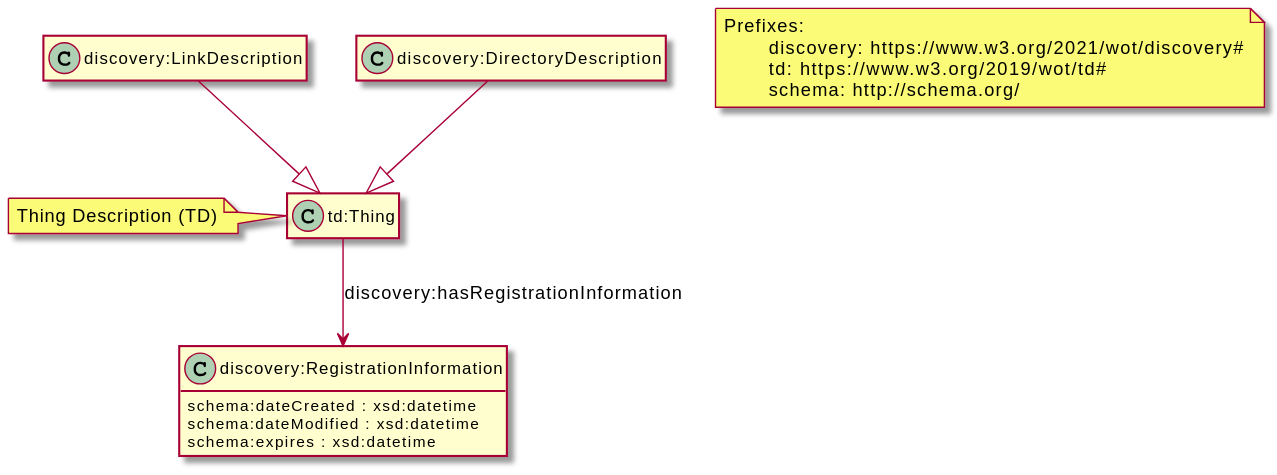
w3c/wot-discovery keeps this PlantUML diagram as images/directory-td-class-diagram.svg. Above is the earlier version.
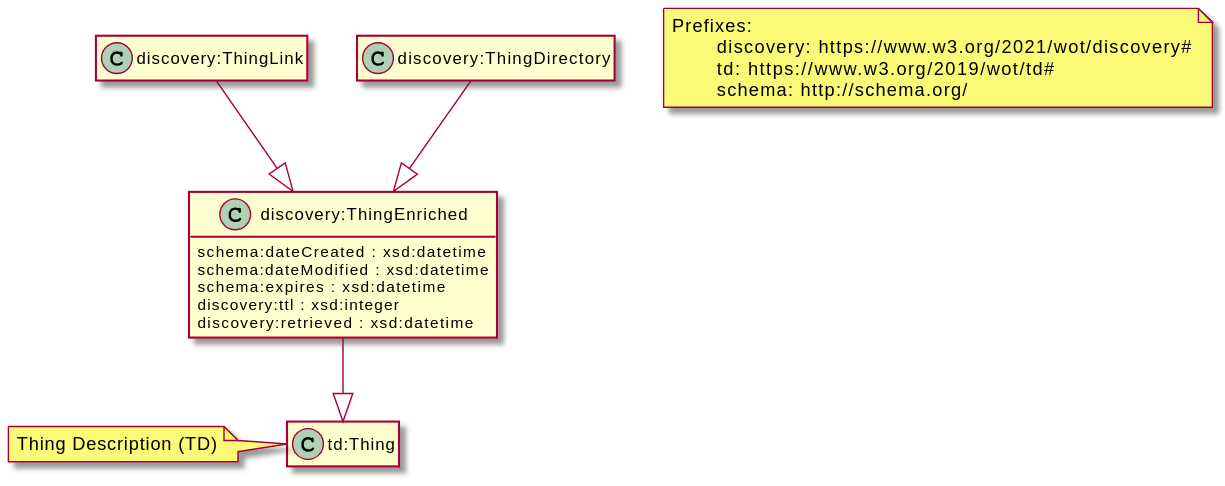
After the change.

Diff of the diagram source:
```diff
@@ -2,10 +2,12 @@
 hide members
 class "td:Thing"
 
-class "discovery:RegistrationInformation" {
+class "discovery:ThingEnriched" {
   schema:dateCreated : xsd:datetime
   schema:dateModified : xsd:datetime
   schema:expires : xsd:datetime
+  discovery:ttl : xsd:integer
+  discovery:retrieved : xsd:datetime
 }
 
 
@@ -14,12 +16,12 @@
 end note
 
 
-"td:Thing" --> "discovery:RegistrationInformation" : "discovery:hasRegistrationInformation"
 
 
-"discovery:LinkDescription" --|> "td:Thing"
-"discovery:DirectoryDescription" --|> "td:Thing"
+"discovery:ThingEnriched" --|> "td:Thing"
+"discovery:ThingLink" --|> "discovery:ThingEnriched"
+"discovery:ThingDirectory" --|> "discovery:ThingEnriched"
 
-show "discovery:RegistrationInformation" attributes
+show "discovery:ThingEnriched" attributes
 note "Prefixes:\n\tdiscovery: https://www.w3.org/2021/wot/discovery#\n\ttd: https://www.w3.org/2019/wot/td#\n\tschema: http://schema.org/" as N1
 @enduml
```
